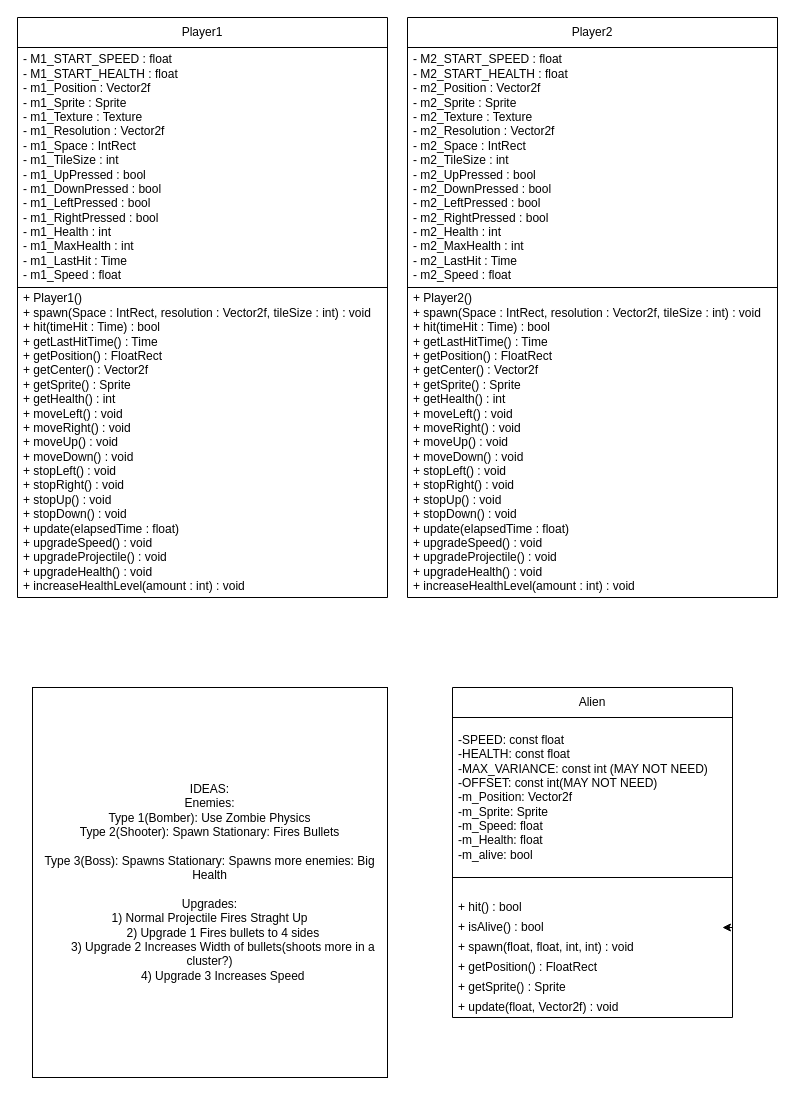
Before: UML Diagram.drawio in huchu501/Space_Battle, a draw.io diagram. Source tidied: cells renumbered, new cells numbered last; positions are measured from the earlier drawing's top-left corner, leaving out a move shared by most shapes. Both pictures are drawn from the tidied source at 100%, with x=0, y=0 at pixel (17, 17).
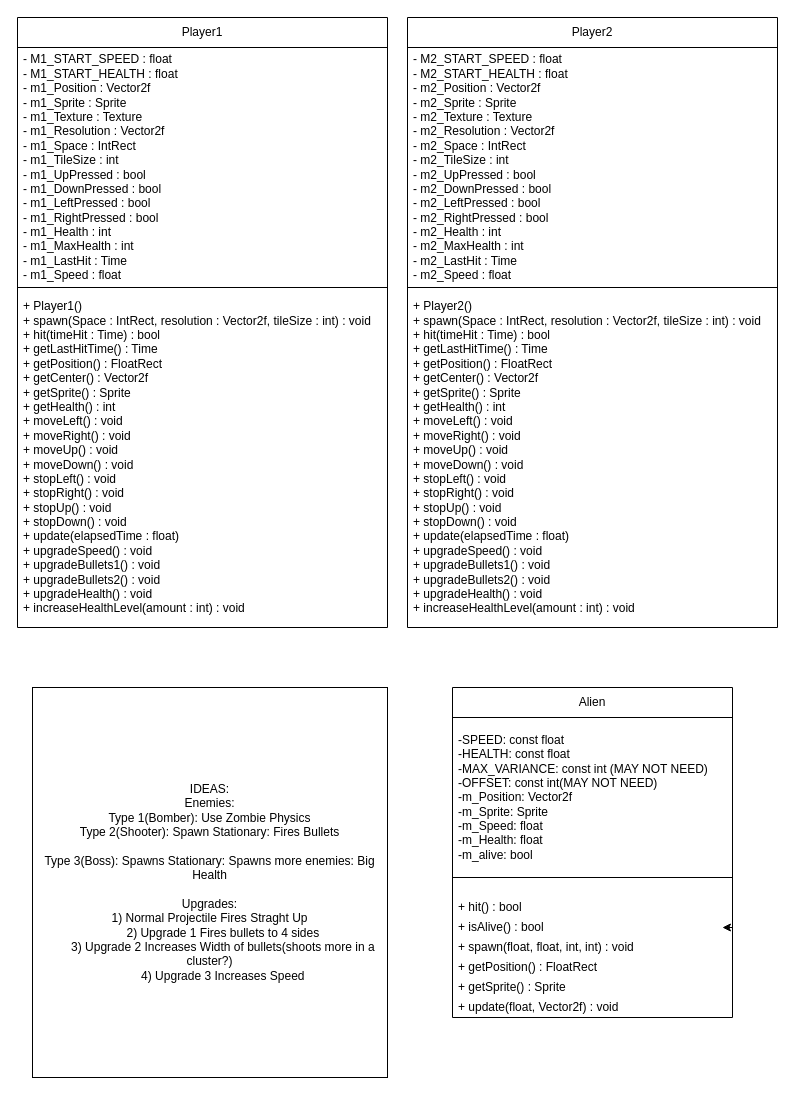
Above is the later version.

Diff of the diagram source:
```diff
@@
 <mxGraphModel>
   <root>
     <mxCell id="0" />
     <mxCell id="1" parent="0" />
     <mxCell id="2" value="Player1" style="swimlane;fontStyle=0;horizontal=1;startSize=30;whiteSpace=wrap;html=1;" parent="1" vertex="1">
-      <mxGeometry width="370" height="580" as="geometry" />
+      <mxGeometry width="370" height="610" as="geometry" />
     </mxCell>
     <mxCell id="3" value="- M1_START_SPEED : float&lt;br&gt;- M1_START_HEALTH : float&lt;br&gt;- m1_Position : Vector2f&lt;br&gt;- m1_Sprite : Sprite&lt;br&gt;- m1_Texture : Texture&lt;br&gt;- m1_Resolution : Vector2f&lt;br&gt;- m1_Space : IntRect&lt;br&gt;- m1_TileSize : int&lt;br&gt;- m1_UpPressed : bool&lt;br&gt;- m1_DownPressed : bool&lt;br&gt;- m1_LeftPressed : bool&lt;br&gt;- m1_RightPressed : bool&lt;br&gt;- m1_Health : int&lt;br&gt;- m1_MaxHealth : int&lt;br&gt;- m1_LastHit : Time&lt;br&gt;- m1_Speed : float" style="text;strokeColor=default;fillColor=none;align=left;verticalAlign=middle;spacingLeft=4;spacingRight=4;overflow=hidden;whiteSpace=wrap;html=1;" parent="2" vertex="1">
       <mxGeometry y="30" width="370" height="240" as="geometry" />
     </mxCell>
-    <mxCell id="4" value="+ Player1()&lt;br&gt;+ spawn(Space : IntRect, resolution : Vector2f, tileSize : int) : void&lt;br&gt;+ hit(timeHit : Time) : bool&lt;br&gt;+ getLastHitTime() : Time&lt;br&gt;+ getPosition() : FloatRect&lt;br&gt;+ getCenter() : Vector2f&lt;br&gt;+ getSprite() : Sprite&lt;br&gt;+ getHealth() : int&lt;br&gt;+ moveLeft() : void&lt;br&gt;+ moveRight() : void&lt;br&gt;+ moveUp() : void&lt;br&gt;+ moveDown() : void&lt;br&gt;+ stopLeft() : void&lt;br&gt;+ stopRight() : void&lt;br&gt;+ stopUp() : void&lt;br&gt;+ stopDown() : void&lt;br&gt;+ update(elapsedTime : float)&lt;br&gt;+ upgradeSpeed() : void&lt;br&gt;+ upgradeProjectile() : void&lt;br&gt;+ upgradeHealth() : void&lt;br&gt;+ increaseHealthLevel(amount : int) : void&amp;nbsp;" style="text;strokeColor=none;fillColor=none;align=left;verticalAlign=middle;spacingLeft=4;spacingRight=4;overflow=hidden;whiteSpace=wrap;html=1;" parent="2" vertex="1">
-      <mxGeometry y="270" width="370" height="310" as="geometry" />
+    <mxCell id="4" value="+ Player1()&lt;br&gt;+ spawn(Space : IntRect, resolution : Vector2f, tileSize : int) : void&lt;br&gt;+ hit(timeHit : Time) : bool&lt;br&gt;+ getLastHitTime() : Time&lt;br&gt;+ getPosition() : FloatRect&lt;br&gt;+ getCenter() : Vector2f&lt;br&gt;+ getSprite() : Sprite&lt;br&gt;+ getHealth() : int&lt;br&gt;+ moveLeft() : void&lt;br&gt;+ moveRight() : void&lt;br&gt;+ moveUp() : void&lt;br&gt;+ moveDown() : void&lt;br&gt;+ stopLeft() : void&lt;br&gt;+ stopRight() : void&lt;br&gt;+ stopUp() : void&lt;br&gt;+ stopDown() : void&lt;br&gt;+ update(elapsedTime : float)&lt;br&gt;+ upgradeSpeed() : void&lt;br&gt;+ upgradeBullets1() : void&lt;br&gt;+ upgradeBullets2() : void&lt;br&gt;+ upgradeHealth() : void&lt;br&gt;+ increaseHealthLevel(amount : int) : void&amp;nbsp;" style="text;strokeColor=none;fillColor=none;align=left;verticalAlign=middle;spacingLeft=4;spacingRight=4;overflow=hidden;whiteSpace=wrap;html=1;" parent="2" vertex="1">
+      <mxGeometry y="270" width="370" height="340" as="geometry" />
     </mxCell>
     <mxCell id="5" value="Alien" style="swimlane;fontStyle=0;horizontal=1;startSize=30;whiteSpace=wrap;html=1;" parent="1" vertex="1">
       <mxGeometry x="435" y="670" width="280" height="330" as="geometry" />
     </mxCell>
     <mxCell id="6" value="-SPEED: const float&lt;br&gt;-HEALTH: const float&lt;br&gt;-MAX_VARIANCE: const int (MAY NOT NEED)&lt;br&gt;-OFFSET: const int(MAY NOT NEED)&lt;br&gt;-m_Position: Vector2f&lt;br&gt;-m_Sprite: Sprite&lt;br&gt;-m_Speed: float&lt;br&gt;-m_Health: float&lt;br&gt;-m_alive: bool" style="text;strokeColor=default;fillColor=none;align=left;verticalAlign=middle;spacingLeft=4;spacingRight=4;overflow=hidden;whiteSpace=wrap;html=1;" parent="5" vertex="1">
       <mxGeometry y="30" width="280" height="160" as="geometry" />
     </mxCell>
     <mxCell id="7" style="text;strokeColor=none;fillColor=none;align=left;verticalAlign=middle;spacingLeft=4;spacingRight=4;overflow=hidden;whiteSpace=wrap;html=1;" parent="5" vertex="1">
       <mxGeometry y="190" width="280" height="20" as="geometry" />
     </mxCell>
     <mxCell id="8" value="+ hit() : bool" style="text;strokeColor=none;fillColor=none;align=left;verticalAlign=middle;spacingLeft=4;spacingRight=4;overflow=hidden;whiteSpace=wrap;html=1;" parent="5" vertex="1">
       <mxGeometry y="210" width="280" height="20" as="geometry" />
     </mxCell>
     <mxCell id="9" value="+ isAlive() : bool" style="text;strokeColor=none;fillColor=none;align=left;verticalAlign=middle;spacingLeft=4;spacingRight=4;overflow=hidden;points=[[0,0.5],[1,0.5]];portConstraint=eastwest;whiteSpace=wrap;html=1;" parent="5" vertex="1">
       <mxGeometry y="230" width="280" height="20" as="geometry" />
     </mxCell>
     <mxCell id="10" value="+ spawn(float, float, int, int) : void" style="text;strokeColor=none;fillColor=none;align=left;verticalAlign=middle;spacingLeft=4;spacingRight=4;overflow=hidden;whiteSpace=wrap;html=1;" parent="5" vertex="1">
       <mxGeometry y="250" width="280" height="20" as="geometry" />
     </mxCell>
     <mxCell id="11" value="+ getPosition() : FloatRect" style="text;strokeColor=none;fillColor=none;align=left;verticalAlign=middle;spacingLeft=4;spacingRight=4;overflow=hidden;whiteSpace=wrap;html=1;" parent="5" vertex="1">
       <mxGeometry y="270" width="280" height="20" as="geometry" />
     </mxCell>
     <mxCell id="12" value="+ getSprite() : Sprite" style="text;strokeColor=none;fillColor=none;align=left;verticalAlign=middle;spacingLeft=4;spacingRight=4;overflow=hidden;whiteSpace=wrap;html=1;" parent="5" vertex="1">
       <mxGeometry y="290" width="280" height="20" as="geometry" />
     </mxCell>
     <mxCell id="13" value="+ update(float, Vector2f) : void" style="text;strokeColor=none;fillColor=none;align=left;verticalAlign=middle;spacingLeft=4;spacingRight=4;overflow=hidden;whiteSpace=wrap;html=1;" parent="5" vertex="1">
       <mxGeometry y="310" width="280" height="20" as="geometry" />
     </mxCell>
     <mxCell id="14" style="edgeStyle=orthogonalEdgeStyle;rounded=0;orthogonalLoop=1;jettySize=auto;html=1;exitX=1;exitY=0.5;exitDx=0;exitDy=0;entryX=0.964;entryY=0.5;entryDx=0;entryDy=0;entryPerimeter=0;" parent="5" edge="1" source="9" target="9">
       <mxGeometry relative="1" as="geometry" />
     </mxCell>
     <mxCell id="15" value="Player2" style="swimlane;fontStyle=0;horizontal=1;startSize=30;whiteSpace=wrap;html=1;" parent="1" vertex="1">
-      <mxGeometry x="390" width="370" height="580" as="geometry" />
+      <mxGeometry x="390" width="370" height="610" as="geometry" />
     </mxCell>
     <mxCell id="16" value="- M2_START_SPEED : float&lt;br&gt;- M2_START_HEALTH : float&lt;br&gt;- m2_Position : Vector2f&lt;br&gt;- m2_Sprite : Sprite&lt;br&gt;- m2_Texture : Texture&lt;br&gt;- m2_Resolution : Vector2f&lt;br&gt;- m2_Space : IntRect&lt;br&gt;- m2_TileSize : int&lt;br&gt;- m2_UpPressed : bool&lt;br&gt;- m2_DownPressed : bool&lt;br&gt;- m2_LeftPressed : bool&lt;br&gt;- m2_RightPressed : bool&lt;br&gt;- m2_Health : int&lt;br&gt;- m2_MaxHealth : int&lt;br&gt;- m2_LastHit : Time&lt;br&gt;- m2_Speed : float" style="text;strokeColor=default;fillColor=none;align=left;verticalAlign=middle;spacingLeft=4;spacingRight=4;overflow=hidden;whiteSpace=wrap;html=1;" parent="15" vertex="1">
       <mxGeometry y="30" width="370" height="240" as="geometry" />
     </mxCell>
-    <mxCell id="17" value="+ Player2()&lt;br&gt;+ spawn(Space : IntRect, resolution : Vector2f, tileSize : int) : void&lt;br&gt;+ hit(timeHit : Time) : bool&lt;br&gt;+ getLastHitTime() : Time&lt;br&gt;+ getPosition() : FloatRect&lt;br&gt;+ getCenter() : Vector2f&lt;br&gt;+ getSprite() : Sprite&lt;br&gt;+ getHealth() : int&lt;br&gt;+ moveLeft() : void&lt;br&gt;+ moveRight() : void&lt;br&gt;+ moveUp() : void&lt;br&gt;+ moveDown() : void&lt;br&gt;+ stopLeft() : void&lt;br&gt;+ stopRight() : void&lt;br&gt;+ stopUp() : void&lt;br&gt;+ stopDown() : void&lt;br&gt;+ update(elapsedTime : float)&lt;br&gt;+ upgradeSpeed() : void&lt;br&gt;+ upgradeProjectile() : void&lt;br&gt;+ upgradeHealth() : void&lt;br&gt;+ increaseHealthLevel(amount : int) : void&amp;nbsp;" style="text;strokeColor=none;fillColor=none;align=left;verticalAlign=middle;spacingLeft=4;spacingRight=4;overflow=hidden;whiteSpace=wrap;html=1;" parent="15" vertex="1">
-      <mxGeometry y="270" width="370" height="310" as="geometry" />
+    <mxCell id="17" value="+ Player2()&lt;br&gt;+ spawn(Space : IntRect, resolution : Vector2f, tileSize : int) : void&lt;br&gt;+ hit(timeHit : Time) : bool&lt;br&gt;+ getLastHitTime() : Time&lt;br&gt;+ getPosition() : FloatRect&lt;br&gt;+ getCenter() : Vector2f&lt;br&gt;+ getSprite() : Sprite&lt;br&gt;+ getHealth() : int&lt;br&gt;+ moveLeft() : void&lt;br&gt;+ moveRight() : void&lt;br&gt;+ moveUp() : void&lt;br&gt;+ moveDown() : void&lt;br&gt;+ stopLeft() : void&lt;br&gt;+ stopRight() : void&lt;br&gt;+ stopUp() : void&lt;br&gt;+ stopDown() : void&lt;br&gt;+ update(elapsedTime : float)&lt;br&gt;+ upgradeSpeed() : void&lt;br&gt;+ upgradeBullets1() : void&lt;br&gt;+ upgradeBullets2() : void&lt;br&gt;+ upgradeHealth() : void&lt;br&gt;+ increaseHealthLevel(amount : int) : void&amp;nbsp;" style="text;strokeColor=none;fillColor=none;align=left;verticalAlign=middle;spacingLeft=4;spacingRight=4;overflow=hidden;whiteSpace=wrap;html=1;" parent="15" vertex="1">
+      <mxGeometry y="270" width="370" height="340" as="geometry" />
     </mxCell>
     <mxCell id="18" value="&lt;div&gt;IDEAS:&lt;/div&gt;&lt;div&gt;Enemies:&lt;/div&gt;&lt;div&gt;Type 1(Bomber): Use Zombie Physics&lt;/div&gt;&lt;div&gt;Type 2(Shooter): Spawn Stationary: Fires Bullets&lt;/div&gt;&lt;div&gt;&lt;br&gt;&lt;/div&gt;&lt;div&gt;Type 3(Boss): Spawns Stationary: Spawns more enemies: Big Health&lt;/div&gt;&lt;div&gt;&lt;br&gt;&lt;/div&gt;&lt;div&gt;Upgrades:&lt;/div&gt;&lt;div&gt;&lt;span style=&quot;&quot;&gt; &lt;/span&gt;1) Normal Projectile Fires Straght Up&lt;/div&gt;&lt;div&gt;&amp;nbsp; &amp;nbsp; &amp;nbsp; &amp;nbsp; 2) Upgrade 1 Fires bullets to 4 sides&lt;/div&gt;&lt;div&gt;&amp;nbsp; &amp;nbsp; &amp;nbsp; &amp;nbsp; 3) Upgrade 2 Increases Width of bullets(shoots more in a cluster?)&lt;/div&gt;&lt;div&gt;&amp;nbsp; &amp;nbsp; &amp;nbsp; &amp;nbsp; 4) Upgrade 3 Increases Speed&lt;/div&gt;" style="text;html=1;strokeColor=default;fillColor=none;align=center;verticalAlign=middle;whiteSpace=wrap;rounded=0;" parent="1" vertex="1">
       <mxGeometry x="15" y="670" width="355" height="390" as="geometry" />
     </mxCell>
   </root>
 </mxGraphModel>
```
